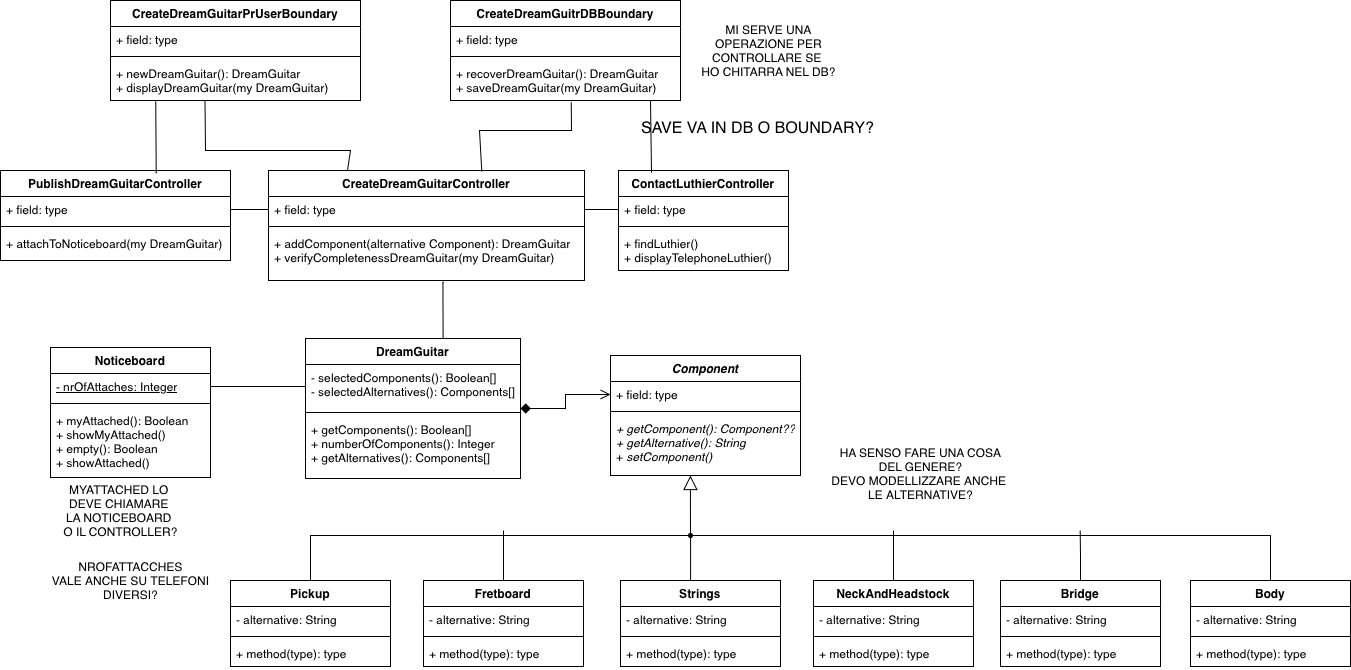
This is diagrams/BCET.drawio.png from TizianoLilli/ISPW-Project, a draw.io export, as it was before one commit. Source tidied: cells renumbered, new cells last; positions are measured from the earlier drawing's top-left corner, leaving out a move shared by most shapes.
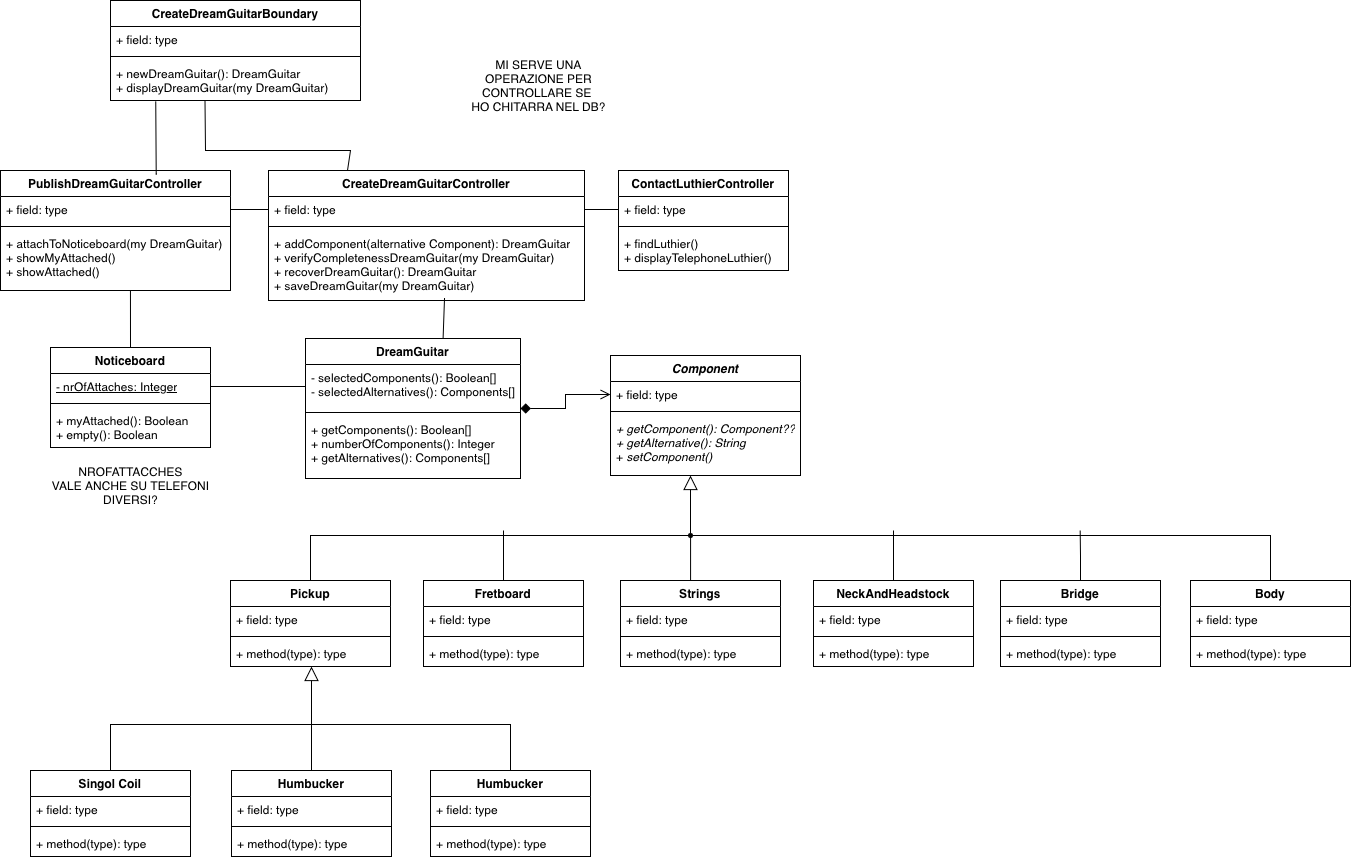
The same diagram one commit later.

Diff of the diagram source:
```diff
@@ -17,3 +17,3 @@
     <mxCell id="6" value="Noticeboard" style="swimlane;fontStyle=1;align=center;verticalAlign=top;horizontal=1;startSize=26;whiteSpace=wrap;html=1;" parent="1" vertex="1">
-      <mxGeometry x="50" y="347" width="160" height="130" as="geometry" />
+      <mxGeometry x="50" y="347" width="160" height="100" as="geometry" />
     </mxCell>
@@ -25,6 +25,6 @@
     </mxCell>
-    <mxCell id="9" value="&lt;div&gt;&lt;span style=&quot;background-color: initial;&quot;&gt;+ myAttached(): Boolean&lt;/span&gt;&lt;/div&gt;&lt;div&gt;+ showMyAttached()&lt;/div&gt;&lt;div&gt;&lt;span style=&quot;background-color: initial;&quot;&gt;+ empty(): Boolean&lt;/span&gt;&lt;/div&gt;&lt;div&gt;+ showAttached()&lt;/div&gt;" style="text;strokeColor=none;fillColor=none;align=left;verticalAlign=top;spacingLeft=4;spacingRight=4;overflow=hidden;whiteSpace=wrap;html=1;" parent="6" vertex="1">
-      <mxGeometry y="60" width="160" height="70" as="geometry" />
+    <mxCell id="9" value="&lt;div&gt;&lt;span style=&quot;background-color: initial;&quot;&gt;+ myAttached(): Boolean&lt;/span&gt;&lt;/div&gt;&lt;div&gt;+ empty(): Boolean&lt;br&gt;&lt;/div&gt;&lt;div&gt;&lt;br&gt;&lt;/div&gt;" style="text;strokeColor=none;fillColor=none;align=left;verticalAlign=top;spacingLeft=4;spacingRight=4;overflow=hidden;whiteSpace=wrap;html=1;" parent="6" vertex="1">
+      <mxGeometry y="60" width="160" height="40" as="geometry" />
     </mxCell>
-    <mxCell id="10" value="CreateDreamGuitarPrUserBoundary" style="swimlane;fontStyle=1;align=center;verticalAlign=top;horizontal=1;startSize=26;whiteSpace=wrap;html=1;" parent="1" vertex="1">
+    <mxCell id="10" value="CreateDreamGuitarBoundary" style="swimlane;fontStyle=1;align=center;verticalAlign=top;horizontal=1;startSize=26;whiteSpace=wrap;html=1;" parent="1" vertex="1">
       <mxGeometry x="110" width="250" height="100" as="geometry" />
@@ -40,14 +40,2 @@
     </mxCell>
-    <mxCell id="14" value="CreateDreamGuitrDBBoundary" style="swimlane;fontStyle=1;align=center;verticalAlign=top;horizontal=1;startSize=26;whiteSpace=wrap;html=1;" parent="1" vertex="1">
-      <mxGeometry x="450" width="230" height="100" as="geometry" />
-    </mxCell>
-    <mxCell id="15" value="+ field: type" style="text;strokeColor=none;fillColor=none;align=left;verticalAlign=top;spacingLeft=4;spacingRight=4;overflow=hidden;whiteSpace=wrap;html=1;" parent="14" vertex="1">
-      <mxGeometry y="26" width="230" height="26" as="geometry" />
-    </mxCell>
-    <mxCell id="16" style="line;strokeWidth=1;fillColor=none;align=left;verticalAlign=middle;spacingTop=-1;spacingLeft=3;spacingRight=3;labelPosition=right;strokeColor=inherit;" parent="14" vertex="1">
-      <mxGeometry y="52" width="230" height="8" as="geometry" />
-    </mxCell>
-    <mxCell id="17" value="+ recoverDreamGuitar(): DreamGuitar&lt;div&gt;+ saveDreamGuitar(my DreamGuitar)&lt;br&gt;&lt;/div&gt;" style="text;strokeColor=none;fillColor=none;align=left;verticalAlign=top;spacingLeft=4;spacingRight=4;overflow=hidden;points=[[0,0.5],[1,0.5]];portConstraint=eastwest;whiteSpace=wrap;html=1;" parent="14" vertex="1">
-      <mxGeometry y="60" width="230" height="40" as="geometry" />
-    </mxCell>
     <mxCell id="18" value="ContactLuthierController" style="swimlane;fontStyle=1;align=center;verticalAlign=top;horizontal=1;startSize=26;whiteSpace=wrap;html=1;" parent="1" vertex="1">
@@ -65,3 +53,3 @@
     <mxCell id="22" value="PublishDreamGuitarController" style="swimlane;fontStyle=1;align=center;verticalAlign=top;horizontal=1;startSize=26;whiteSpace=wrap;html=1;" parent="1" vertex="1">
-      <mxGeometry y="170" width="230" height="90" as="geometry" />
+      <mxGeometry y="170" width="230" height="120" as="geometry" />
     </mxCell>
@@ -73,7 +61,7 @@
     </mxCell>
-    <mxCell id="25" value="&lt;div&gt;+ attachToNoticeboard(my DreamGuitar)&lt;br&gt;&lt;/div&gt;" style="text;strokeColor=none;fillColor=none;align=left;verticalAlign=top;spacingLeft=4;spacingRight=4;overflow=hidden;points=[[0,0.5],[1,0.5]];portConstraint=eastwest;whiteSpace=wrap;html=1;" parent="22" vertex="1">
-      <mxGeometry y="60" width="230" height="30" as="geometry" />
+    <mxCell id="25" value="&lt;div&gt;+ attachToNoticeboard(my DreamGuitar)&lt;br&gt;&lt;/div&gt;&lt;div&gt;&lt;div&gt;+ showMyAttached()&lt;/div&gt;&lt;/div&gt;&lt;div&gt;&lt;div&gt;+ showAttached()&lt;/div&gt;&lt;/div&gt;&lt;div&gt;&lt;br&gt;&lt;/div&gt;" style="text;strokeColor=none;fillColor=none;align=left;verticalAlign=top;spacingLeft=4;spacingRight=4;overflow=hidden;points=[[0,0.5],[1,0.5]];portConstraint=eastwest;whiteSpace=wrap;html=1;" parent="22" vertex="1">
+      <mxGeometry y="60" width="230" height="60" as="geometry" />
     </mxCell>
     <mxCell id="26" value="CreateDreamGuitarController" style="swimlane;fontStyle=1;align=center;verticalAlign=top;horizontal=1;startSize=26;whiteSpace=wrap;html=1;" parent="1" vertex="1">
-      <mxGeometry x="268" y="170" width="316" height="110" as="geometry" />
+      <mxGeometry x="268" y="170" width="316" height="130" as="geometry" />
     </mxCell>
@@ -85,4 +73,4 @@
     </mxCell>
-    <mxCell id="29" value="&lt;div&gt;+ addComponent(alternative Component): DreamGuitar&lt;br&gt;&lt;/div&gt;+ verifyCompletenessDreamGuitar(my DreamGuitar)" style="text;strokeColor=none;fillColor=none;align=left;verticalAlign=top;spacingLeft=4;spacingRight=4;overflow=hidden;points=[[0,0.5],[1,0.5]];portConstraint=eastwest;whiteSpace=wrap;html=1;" parent="26" vertex="1">
-      <mxGeometry y="60" width="316" height="50" as="geometry" />
+    <mxCell id="29" value="&lt;div&gt;+ addComponent(alternative Component): DreamGuitar&lt;br&gt;&lt;/div&gt;+ verifyCompletenessDreamGuitar(my DreamGuitar)&lt;div&gt;+ recoverDreamGuitar(): DreamGuitar&lt;div&gt;+ saveDreamGuitar(my DreamGuitar)&lt;/div&gt;&lt;/div&gt;" style="text;strokeColor=none;fillColor=none;align=left;verticalAlign=top;spacingLeft=4;spacingRight=4;overflow=hidden;points=[[0,0.5],[1,0.5]];portConstraint=eastwest;whiteSpace=wrap;html=1;" parent="26" vertex="1">
+      <mxGeometry y="60" width="316" height="70" as="geometry" />
     </mxCell>
@@ -109,13 +97,5 @@
     </mxCell>
-    <mxCell id="37" style="endArrow=none;html=1;rounded=0;fontSize=12;startSize=8;endSize=8;curved=1;entryX=0.64;entryY=-0.002;entryDx=0;entryDy=0;exitX=0.552;exitY=1.029;exitDx=0;exitDy=0;exitPerimeter=0;entryPerimeter=0;" parent="1" edge="1" source="29" target="2">
+    <mxCell id="37" style="endArrow=none;html=1;rounded=0;fontSize=12;startSize=8;endSize=8;curved=1;entryX=0.64;entryY=-0.002;entryDx=0;entryDy=0;exitX=0.557;exitY=0.971;exitDx=0;exitDy=0;exitPerimeter=0;entryPerimeter=0;" parent="1" edge="1" source="29" target="2">
       <mxGeometry relative="1" as="geometry" />
     </mxCell>
-    <mxCell id="38" style="endArrow=none;html=1;rounded=0;fontSize=12;startSize=8;endSize=8;curved=0;entryX=0.525;entryY=1.043;entryDx=0;entryDy=0;entryPerimeter=0;exitX=0.675;exitY=0.01;exitDx=0;exitDy=0;exitPerimeter=0;" parent="1" edge="1" source="26" target="17">
-      <mxGeometry relative="1" as="geometry">
-        <Array as="points">
-          <mxPoint x="479" y="130" />
-          <mxPoint x="571" y="130" />
-        </Array>
-      </mxGeometry>
-    </mxCell>
     <mxCell id="39" style="endArrow=none;html=1;rounded=0;fontSize=12;startSize=8;endSize=8;curved=0;entryX=0.378;entryY=1.008;entryDx=0;entryDy=0;entryPerimeter=0;exitX=0.25;exitY=0;exitDx=0;exitDy=0;" parent="1" edge="1" source="26" target="13">
@@ -134,3 +114,3 @@
     </mxCell>
-    <mxCell id="42" value="- alternative: String" style="text;strokeColor=none;fillColor=none;align=left;verticalAlign=top;spacingLeft=4;spacingRight=4;overflow=hidden;whiteSpace=wrap;html=1;" parent="41" vertex="1">
+    <mxCell id="42" value="+ field: type" style="text;strokeColor=none;fillColor=none;align=left;verticalAlign=top;spacingLeft=4;spacingRight=4;overflow=hidden;whiteSpace=wrap;html=1;" parent="41" vertex="1">
       <mxGeometry y="26" width="160" height="26" as="geometry" />
@@ -151,3 +131,3 @@
     </mxCell>
-    <mxCell id="47" value="- alternative: String" style="text;strokeColor=none;fillColor=none;align=left;verticalAlign=top;spacingLeft=4;spacingRight=4;overflow=hidden;whiteSpace=wrap;html=1;" parent="46" vertex="1">
+    <mxCell id="47" value="+ field: type" style="text;strokeColor=none;fillColor=none;align=left;verticalAlign=top;spacingLeft=4;spacingRight=4;overflow=hidden;whiteSpace=wrap;html=1;" parent="46" vertex="1">
       <mxGeometry y="26" width="160" height="26" as="geometry" />
@@ -163,3 +143,3 @@
     </mxCell>
-    <mxCell id="51" value="- alternative: String" style="text;strokeColor=none;fillColor=none;align=left;verticalAlign=top;spacingLeft=4;spacingRight=4;overflow=hidden;whiteSpace=wrap;html=1;" parent="50" vertex="1">
+    <mxCell id="51" value="+ field: type" style="text;strokeColor=none;fillColor=none;align=left;verticalAlign=top;spacingLeft=4;spacingRight=4;overflow=hidden;whiteSpace=wrap;html=1;" parent="50" vertex="1">
       <mxGeometry y="26" width="160" height="26" as="geometry" />
@@ -180,3 +160,3 @@
     </mxCell>
-    <mxCell id="56" value="- alternative: String" style="text;strokeColor=none;fillColor=none;align=left;verticalAlign=top;spacingLeft=4;spacingRight=4;overflow=hidden;whiteSpace=wrap;html=1;" parent="55" vertex="1">
+    <mxCell id="56" value="+ field: type" style="text;strokeColor=none;fillColor=none;align=left;verticalAlign=top;spacingLeft=4;spacingRight=4;overflow=hidden;whiteSpace=wrap;html=1;" parent="55" vertex="1">
       <mxGeometry y="26" width="160" height="26" as="geometry" />
@@ -197,3 +177,3 @@
     </mxCell>
-    <mxCell id="61" value="- alternative: String" style="text;strokeColor=none;fillColor=none;align=left;verticalAlign=top;spacingLeft=4;spacingRight=4;overflow=hidden;whiteSpace=wrap;html=1;" parent="60" vertex="1">
+    <mxCell id="61" value="+ field: type" style="text;strokeColor=none;fillColor=none;align=left;verticalAlign=top;spacingLeft=4;spacingRight=4;overflow=hidden;whiteSpace=wrap;html=1;" parent="60" vertex="1">
       <mxGeometry y="26" width="160" height="26" as="geometry" />
@@ -209,3 +189,3 @@
     </mxCell>
-    <mxCell id="65" value="- alternative: String" style="text;strokeColor=none;fillColor=none;align=left;verticalAlign=top;spacingLeft=4;spacingRight=4;overflow=hidden;whiteSpace=wrap;html=1;" parent="64" vertex="1">
+    <mxCell id="65" value="+ field: type" style="text;strokeColor=none;fillColor=none;align=left;verticalAlign=top;spacingLeft=4;spacingRight=4;overflow=hidden;whiteSpace=wrap;html=1;" parent="64" vertex="1">
       <mxGeometry y="26" width="160" height="26" as="geometry" />
@@ -238,13 +218,7 @@
     </mxCell>
-    <mxCell id="72" value="MYATTACHED LO&amp;nbsp;&lt;div&gt;DEVE CHIAMARE&amp;nbsp;&lt;/div&gt;&lt;div&gt;LA NOTICEBOARD&amp;nbsp;&lt;/div&gt;&lt;div&gt;O IL CONTROLLER?&lt;/div&gt;" style="text;html=1;align=center;verticalAlign=middle;strokeColor=none;fillColor=none;" parent="1" vertex="1">
-      <mxGeometry x="50" y="475" width="140" height="70" as="geometry" />
-    </mxCell>
-    <mxCell id="73" value="HA SENSO FARE UNA COSA&lt;div&gt;DEL GENERE?&lt;/div&gt;&lt;div&gt;DEVO MODELLIZZARE ANCHE&amp;nbsp;&lt;/div&gt;&lt;div&gt;LE ALTERNATIVE?&lt;/div&gt;" style="text;html=1;align=center;verticalAlign=middle;strokeColor=none;fillColor=none;" parent="1" vertex="1">
-      <mxGeometry x="820" y="438" width="200" height="70" as="geometry" />
-    </mxCell>
     <mxCell id="74" value="MI SERVE UNA&lt;div&gt;OPERAZIONE PER&lt;/div&gt;&lt;div&gt;CONTROLLARE SE&amp;nbsp;&lt;/div&gt;&lt;div&gt;HO CHITARRA NEL DB?&lt;/div&gt;" style="text;html=1;align=center;verticalAlign=middle;strokeColor=none;fillColor=none;" parent="1" vertex="1">
-      <mxGeometry x="688" y="15" width="160" height="70" as="geometry" />
+      <mxGeometry x="458" y="50" width="160" height="70" as="geometry" />
     </mxCell>
     <mxCell id="75" value="NROFATTACCHES&lt;div&gt;VALE ANCHE SU TELEFONI&lt;/div&gt;&lt;div&gt;DIVERSI?&lt;/div&gt;" style="text;html=1;align=center;verticalAlign=middle;strokeColor=none;fillColor=none;" parent="1" vertex="1">
-      <mxGeometry x="40" y="550" width="180" height="60" as="geometry" />
+      <mxGeometry x="40" y="455" width="180" height="60" as="geometry" />
     </mxCell>
@@ -253,11 +227,51 @@
     </mxCell>
-    <mxCell id="77" style="endArrow=none;html=1;rounded=0;fontSize=12;startSize=8;endSize=8;curved=1;entryX=0.181;entryY=1.021;entryDx=0;entryDy=0;entryPerimeter=0;exitX=0.677;exitY=0.032;exitDx=0;exitDy=0;exitPerimeter=0;" parent="1" edge="1">
-      <mxGeometry relative="1" as="geometry">
-        <mxPoint x="651" y="172" as="sourcePoint" />
-        <mxPoint x="650" y="100" as="targetPoint" />
-      </mxGeometry>
-    </mxCell>
-    <mxCell id="78" value="SAVE VA IN DB O BOUNDARY?" style="text;html=1;align=center;verticalAlign=middle;strokeColor=none;fillColor=none;fontSize=16;" parent="1" vertex="1">
-      <mxGeometry x="607" y="107" width="300" height="40" as="geometry" />
-    </mxCell>
+    <mxCell id="79" style="edgeStyle=elbowEdgeStyle;html=1;endSize=12;endArrow=block;endFill=0;elbow=horizontal;rounded=0;labelBackgroundColor=default;fontFamily=Helvetica;fontSize=11;fontColor=default;shape=connector;exitX=0.5;exitY=0;exitDx=0;exitDy=0;" parent="1" edge="1" source="89" target="44">
+      <mxGeometry x="1" relative="1" as="geometry" />
+    </mxCell>
+    <mxCell id="80" style="edgeStyle=elbowEdgeStyle;html=1;elbow=vertical;verticalAlign=bottom;endArrow=none;rounded=0;labelBackgroundColor=default;fontFamily=Helvetica;fontSize=11;fontColor=default;startSize=14;shape=connector;entryX=0.5;entryY=0;entryDx=0;entryDy=0;exitX=0.5;exitY=0;exitDx=0;exitDy=0;" parent="1" edge="1" source="85" target="81">
+      <mxGeometry x="1" relative="1" as="geometry">
+        <Array as="points">
+          <mxPoint x="460" y="724" />
+        </Array>
+      </mxGeometry>
+    </mxCell>
+    <mxCell id="81" value="Singol Coil" style="swimlane;fontStyle=1;align=center;verticalAlign=top;horizontal=1;startSize=26;whiteSpace=wrap;html=1;" parent="1" vertex="1">
+      <mxGeometry x="30" y="770" width="160" height="86" as="geometry" />
+    </mxCell>
+    <mxCell id="82" value="+ field: type" style="text;strokeColor=none;fillColor=none;align=left;verticalAlign=top;spacingLeft=4;spacingRight=4;overflow=hidden;whiteSpace=wrap;html=1;" parent="81" vertex="1">
+      <mxGeometry y="26" width="160" height="26" as="geometry" />
+    </mxCell>
+    <mxCell id="83" style="line;strokeWidth=1;fillColor=none;align=left;verticalAlign=middle;spacingTop=-1;spacingLeft=3;spacingRight=3;labelPosition=right;strokeColor=inherit;" parent="81" vertex="1">
+      <mxGeometry y="52" width="160" height="8" as="geometry" />
+    </mxCell>
+    <mxCell id="84" value="+ method(type): type" style="text;strokeColor=none;fillColor=none;align=left;verticalAlign=top;spacingLeft=4;spacingRight=4;overflow=hidden;whiteSpace=wrap;html=1;" parent="81" vertex="1">
+      <mxGeometry y="60" width="160" height="26" as="geometry" />
+    </mxCell>
+    <mxCell id="85" value="Humbucker" style="swimlane;fontStyle=1;align=center;verticalAlign=top;horizontal=1;startSize=26;whiteSpace=wrap;html=1;" parent="1" vertex="1">
+      <mxGeometry x="430" y="770" width="160" height="86" as="geometry" />
+    </mxCell>
+    <mxCell id="86" value="+ field: type" style="text;strokeColor=none;fillColor=none;align=left;verticalAlign=top;spacingLeft=4;spacingRight=4;overflow=hidden;whiteSpace=wrap;html=1;" parent="85" vertex="1">
+      <mxGeometry y="26" width="160" height="26" as="geometry" />
+    </mxCell>
+    <mxCell id="87" style="line;strokeWidth=1;fillColor=none;align=left;verticalAlign=middle;spacingTop=-1;spacingLeft=3;spacingRight=3;labelPosition=right;strokeColor=inherit;" parent="85" vertex="1">
+      <mxGeometry y="52" width="160" height="8" as="geometry" />
+    </mxCell>
+    <mxCell id="88" value="+ method(type): type" style="text;strokeColor=none;fillColor=none;align=left;verticalAlign=top;spacingLeft=4;spacingRight=4;overflow=hidden;whiteSpace=wrap;html=1;" parent="85" vertex="1">
+      <mxGeometry y="60" width="160" height="26" as="geometry" />
+    </mxCell>
+    <mxCell id="89" value="Humbucker" style="swimlane;fontStyle=1;align=center;verticalAlign=top;horizontal=1;startSize=26;whiteSpace=wrap;html=1;" parent="1" vertex="1">
+      <mxGeometry x="231" y="770" width="160" height="86" as="geometry" />
+    </mxCell>
+    <mxCell id="90" value="+ field: type" style="text;strokeColor=none;fillColor=none;align=left;verticalAlign=top;spacingLeft=4;spacingRight=4;overflow=hidden;whiteSpace=wrap;html=1;" parent="89" vertex="1">
+      <mxGeometry y="26" width="160" height="26" as="geometry" />
+    </mxCell>
+    <mxCell id="91" style="line;strokeWidth=1;fillColor=none;align=left;verticalAlign=middle;spacingTop=-1;spacingLeft=3;spacingRight=3;labelPosition=right;strokeColor=inherit;" parent="89" vertex="1">
+      <mxGeometry y="52" width="160" height="8" as="geometry" />
+    </mxCell>
+    <mxCell id="92" value="+ method(type): type" style="text;strokeColor=none;fillColor=none;align=left;verticalAlign=top;spacingLeft=4;spacingRight=4;overflow=hidden;whiteSpace=wrap;html=1;" parent="89" vertex="1">
+      <mxGeometry y="60" width="160" height="26" as="geometry" />
+    </mxCell>
+    <mxCell id="93" style="edgeStyle=none;curved=1;rounded=0;jettySize=auto;html=1;exitX=0.5;exitY=0;exitDx=0;exitDy=0;entryX=0.565;entryY=1;entryDx=0;entryDy=0;entryPerimeter=0;fontSize=12;startSize=8;endSize=8;endArrow=none;endFill=0;" parent="1" edge="1" source="6" target="25">
+      <mxGeometry relative="1" as="geometry" />
+    </mxCell>
   </root>
```
